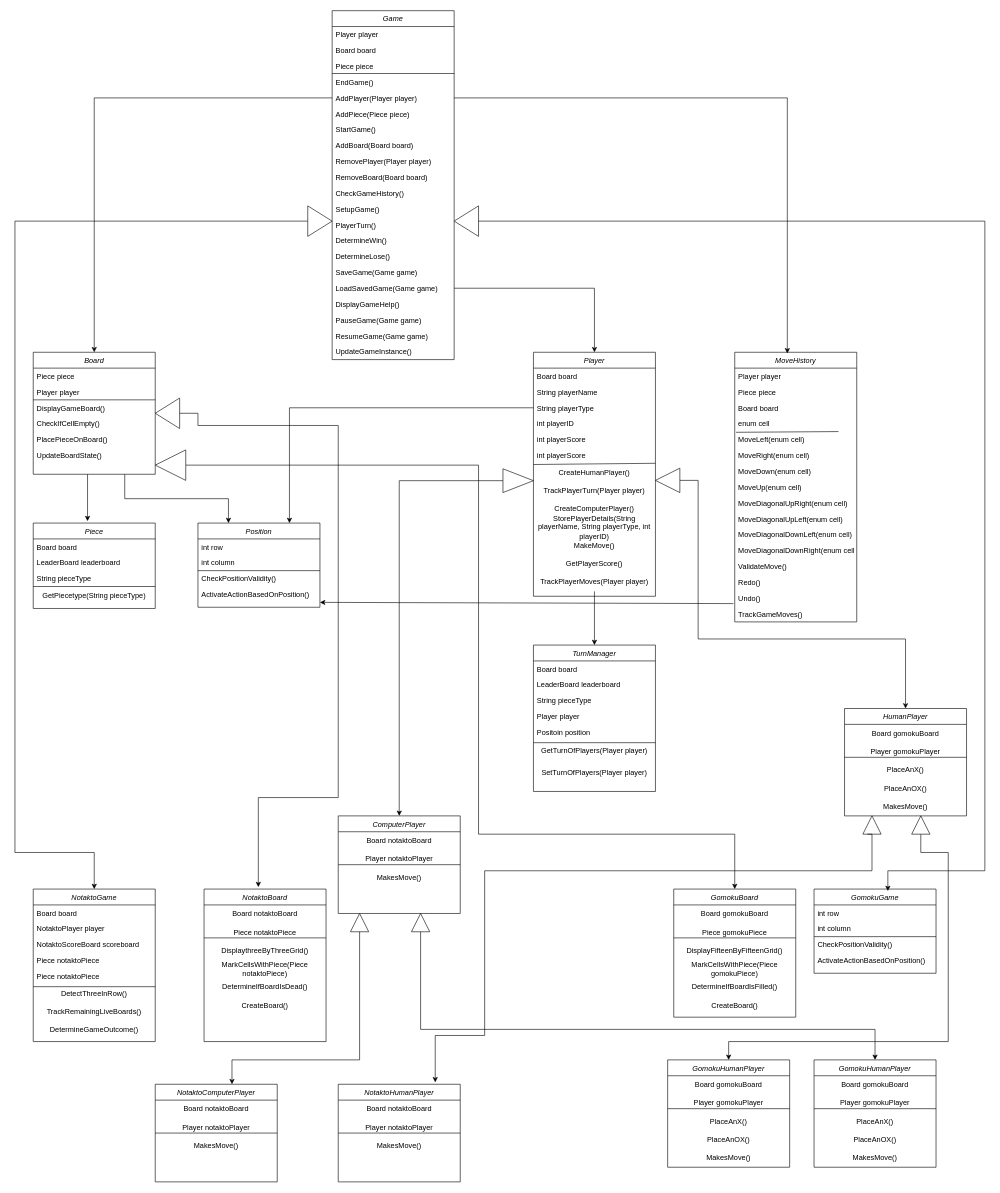
The draw.io diagram Class Diagram.drawio in Scott2020747/IFN563_Project, before the edit. Source tidied: cells renumbered, new cells numbered last; positions are measured from the earlier drawing's top-left corner, leaving out a move shared by most shapes. Both pictures are drawn from the tidied source at 61%, with x=0, y=0 at pixel (15, 10).
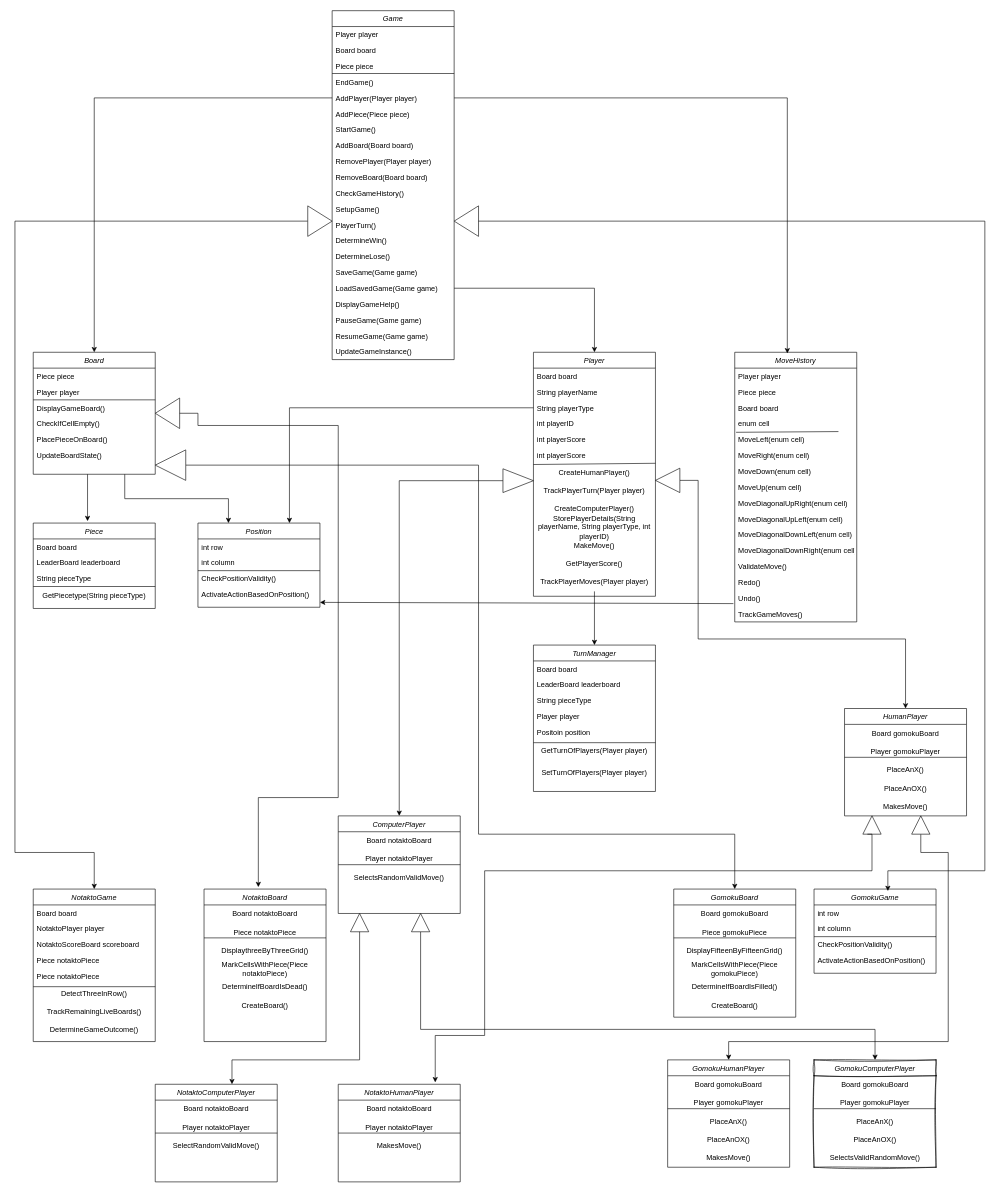
Above is the later version.

Unchanged cells that the change refers to:
```xml
<mxCell id="112" value="ComputerPlayer" style="swimlane;fontStyle=2;align=center;verticalAlign=top;horizontal=1;startSize=26;rounded=0;shadow=0;strokeWidth=1;" parent="1" vertex="1">
  <mxGeometry x="530" y="1320" width="200" height="160" as="geometry" />
</mxCell>
<mxCell id="150" value="NotaktoComputerPlayer" style="swimlane;fontStyle=2;align=center;verticalAlign=top;horizontal=1;startSize=26;rounded=0;shadow=0;strokeWidth=1;" parent="1" vertex="1">
  <mxGeometry x="230" y="1760" width="200" height="160" as="geometry" />
</mxCell>
```

What changed in the source:
```diff
@@
-    <mxCell id="116" value="MakesMove()" style="text;html=1;align=center;verticalAlign=middle;whiteSpace=wrap;rounded=0;" parent="112" vertex="1">
+    <mxCell id="116" value="SelectsRandomValidMove()" style="text;html=1;align=center;verticalAlign=middle;whiteSpace=wrap;rounded=0;" parent="112" vertex="1">
       <mxGeometry y="86" width="200" height="30" as="geometry" />
     </mxCell>
@@
-    <mxCell id="154" value="MakesMove()" style="text;html=1;align=center;verticalAlign=middle;whiteSpace=wrap;rounded=0;" parent="150" vertex="1">
+    <mxCell id="154" value="SelectRandomValidMove()" style="text;html=1;align=center;verticalAlign=middle;whiteSpace=wrap;rounded=0;" parent="150" vertex="1">
       <mxGeometry y="86" width="200" height="30" as="geometry" />
     </mxCell>
@@
-    <mxCell id="169" value="GomokuHumanPlayer" style="swimlane;fontStyle=2;align=center;verticalAlign=top;horizontal=1;startSize=26;rounded=0;shadow=0;strokeWidth=1;" parent="1" vertex="1">
+    <mxCell id="169" value="GomokuComputerPlayer" style="swimlane;fontStyle=2;align=center;verticalAlign=top;horizontal=1;startSize=26;rounded=0;shadow=0;strokeWidth=1;sketch=1;curveFitting=1;jiggle=2;" parent="1" vertex="1">
       <mxGeometry x="1310" y="1720" width="200" height="176" as="geometry" />
     </mxCell>
@@
-    <mxCell id="175" value="MakesMove()" style="text;html=1;align=center;verticalAlign=middle;whiteSpace=wrap;rounded=0;" parent="169" vertex="1">
+    <mxCell id="175" value="SelectsValidRandomMove()" style="text;html=1;align=center;verticalAlign=middle;whiteSpace=wrap;rounded=0;" parent="169" vertex="1">
       <mxGeometry y="146" width="200" height="30" as="geometry" />
     </mxCell>
```
